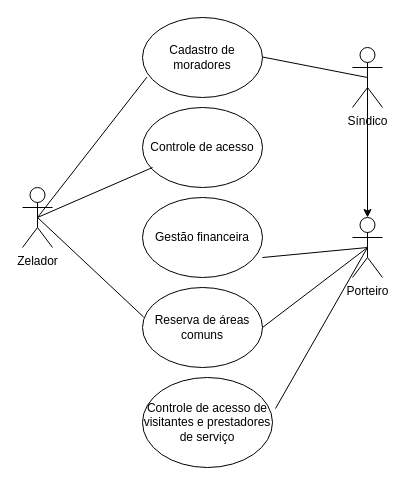
This is Diagrama sem nome.drawio from JORGEMELO21/drawio, a draw.io file, before an edit. Source tidied: cells renumbered, new cells numbered last; positions are measured from the earlier drawing's top-left corner, leaving out a move shared by most shapes. Both pictures are drawn from the tidied source at 100%, with x=0, y=0 at pixel (22, 17).
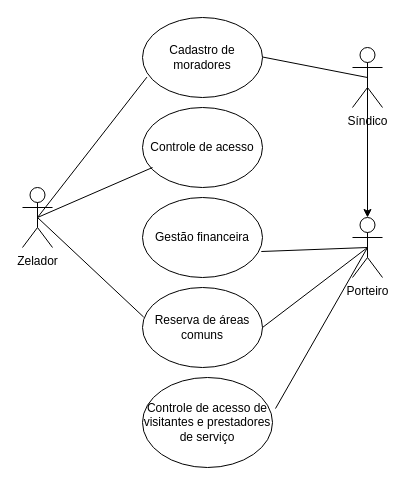
After the change.

Change to the diagram source:
```diff
@@
 <mxGraphModel>
   <root>
     <mxCell id="0" />
     <mxCell id="1" parent="0" />
     <mxCell id="2" value="Zelador" style="shape=umlActor;verticalLabelPosition=bottom;verticalAlign=top;html=1;outlineConnect=0;" parent="1" vertex="1">
       <mxGeometry y="170" width="30" height="60" as="geometry" />
     </mxCell>
     <mxCell id="3" value="Cadastro de moradores" style="ellipse;whiteSpace=wrap;html=1;" parent="1" vertex="1">
       <mxGeometry x="120" width="120" height="80" as="geometry" />
     </mxCell>
     <mxCell id="4" value="Controle de acesso de visitantes e prestadores de serviço" style="ellipse;whiteSpace=wrap;html=1;" parent="1" vertex="1">
       <mxGeometry x="120" y="360" width="130" height="90" as="geometry" />
     </mxCell>
     <mxCell id="5" value="Controle de acesso" style="ellipse;whiteSpace=wrap;html=1;" parent="1" vertex="1">
       <mxGeometry x="120" y="90" width="120" height="80" as="geometry" />
     </mxCell>
     <mxCell id="6" value="Gestão financeira" style="ellipse;whiteSpace=wrap;html=1;" parent="1" vertex="1">
       <mxGeometry x="120" y="180" width="120" height="80" as="geometry" />
     </mxCell>
     <mxCell id="7" value="Reserva de áreas comuns" style="ellipse;whiteSpace=wrap;html=1;" parent="1" vertex="1">
       <mxGeometry x="120" y="270" width="120" height="80" as="geometry" />
     </mxCell>
     <mxCell id="8" style="edgeStyle=orthogonalEdgeStyle;rounded=0;jettySize=auto;html=1;exitX=0.5;exitY=0.5;exitDx=0;exitDy=0;exitPerimeter=0;" parent="1" edge="1" source="9" target="17">
       <mxGeometry relative="1" as="geometry" />
     </mxCell>
     <mxCell id="9" value="Síndico" style="shape=umlActor;verticalLabelPosition=bottom;verticalAlign=top;html=1;outlineConnect=0;" parent="1" vertex="1">
       <mxGeometry x="330" y="30" width="30" height="60" as="geometry" />
     </mxCell>
     <mxCell id="10" style="endArrow=none;html=1;rounded=0;entryX=1;entryY=0.5;entryDx=0;entryDy=0;exitX=0.5;exitY=0.5;exitDx=0;exitDy=0;exitPerimeter=0;" parent="1" edge="1" source="17" target="7">
       <mxGeometry relative="1" as="geometry" />
     </mxCell>
     <mxCell id="11" style="endArrow=none;html=1;rounded=0;exitX=1.023;exitY=0.345;exitDx=0;exitDy=0;exitPerimeter=0;entryX=0.5;entryY=0.5;entryDx=0;entryDy=0;entryPerimeter=0;" parent="1" edge="1" source="4" target="17">
       <mxGeometry relative="1" as="geometry" />
     </mxCell>
-    <mxCell id="12" style="endArrow=none;html=1;rounded=0;entryX=1;entryY=0.75;entryDx=0;entryDy=0;entryPerimeter=0;exitX=0.5;exitY=0.5;exitDx=0;exitDy=0;exitPerimeter=0;" parent="1" edge="1" source="17" target="6">
+    <mxCell id="12" style="endArrow=none;html=1;rounded=0;entryX=0.99;entryY=0.675;entryDx=0;entryDy=0;entryPerimeter=0;exitX=0.5;exitY=0.5;exitDx=0;exitDy=0;exitPerimeter=0;" parent="1" edge="1" source="17" target="6">
       <mxGeometry relative="1" as="geometry" />
     </mxCell>
     <mxCell id="13" style="endArrow=none;html=1;rounded=0;entryX=0.037;entryY=0.745;entryDx=0;entryDy=0;entryPerimeter=0;exitX=0.5;exitY=0.5;exitDx=0;exitDy=0;exitPerimeter=0;" parent="1" edge="1" source="2" target="3">
       <mxGeometry relative="1" as="geometry" />
     </mxCell>
     <mxCell id="14" style="endArrow=none;html=1;rounded=0;entryX=0.01;entryY=0.37;entryDx=0;entryDy=0;entryPerimeter=0;exitX=0.5;exitY=0.5;exitDx=0;exitDy=0;exitPerimeter=0;" parent="1" edge="1" source="2" target="7">
       <mxGeometry relative="1" as="geometry" />
     </mxCell>
     <mxCell id="15" style="endArrow=none;html=1;rounded=0;exitX=0.5;exitY=0.5;exitDx=0;exitDy=0;exitPerimeter=0;" parent="1" edge="1" source="2">
       <mxGeometry relative="1" as="geometry">
         <mxPoint x="130" y="150" as="targetPoint" />
       </mxGeometry>
     </mxCell>
     <mxCell id="16" style="endArrow=none;html=1;rounded=0;entryX=0.5;entryY=0.5;entryDx=0;entryDy=0;entryPerimeter=0;" parent="1" edge="1" target="9">
       <mxGeometry relative="1" as="geometry">
         <mxPoint x="240" y="39.5" as="sourcePoint" />
       </mxGeometry>
     </mxCell>
     <mxCell id="17" value="Porteiro" style="shape=umlActor;verticalLabelPosition=bottom;verticalAlign=top;html=1;outlineConnect=0;" parent="1" vertex="1">
       <mxGeometry x="330" y="200" width="30" height="60" as="geometry" />
     </mxCell>
   </root>
 </mxGraphModel>
```
